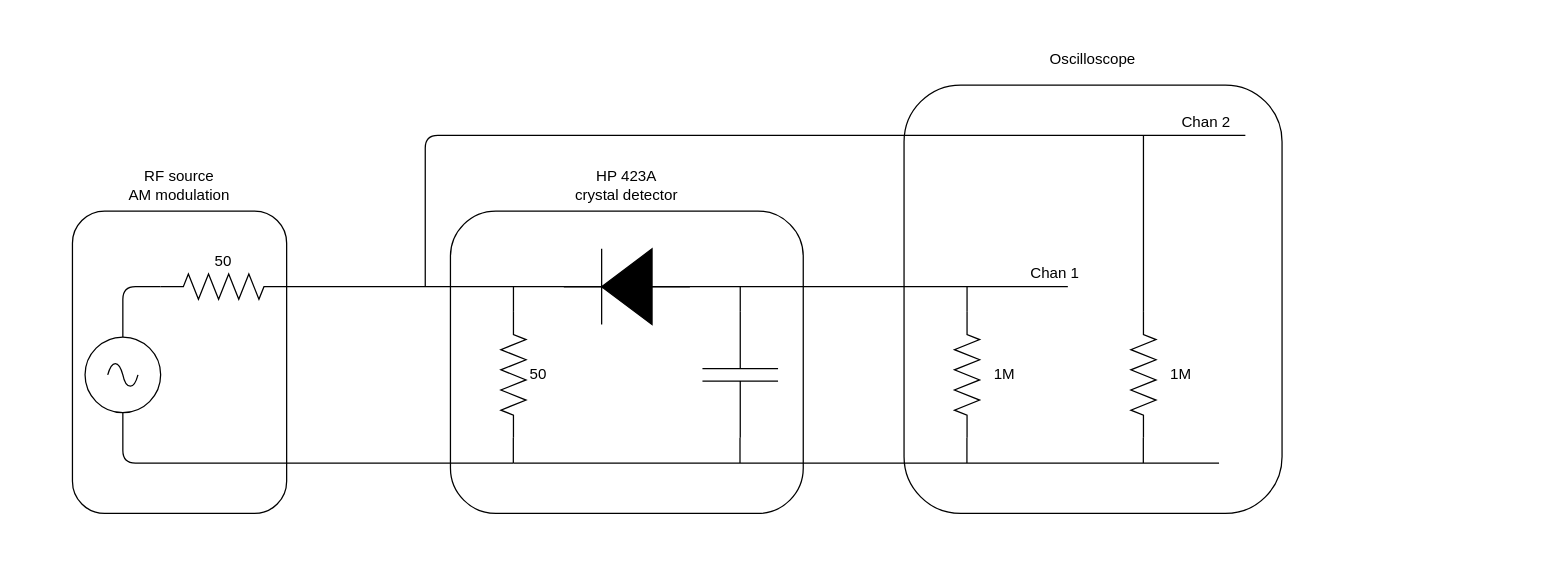
tomverbeure/tomverbeure.github.io keeps this draw.io diagram as page "measurement_setup1" (1 of 4) of assets/hp423a/hp423a.drawio. Above is the earlier version. Source tidied: cells renumbered, new cells numbered last; positions are measured from the earlier drawing's top-left corner, leaving out a move shared by most shapes. Both pictures are drawn from the tidied source at 126%, with x=0, y=0 at pixel (21, 21).
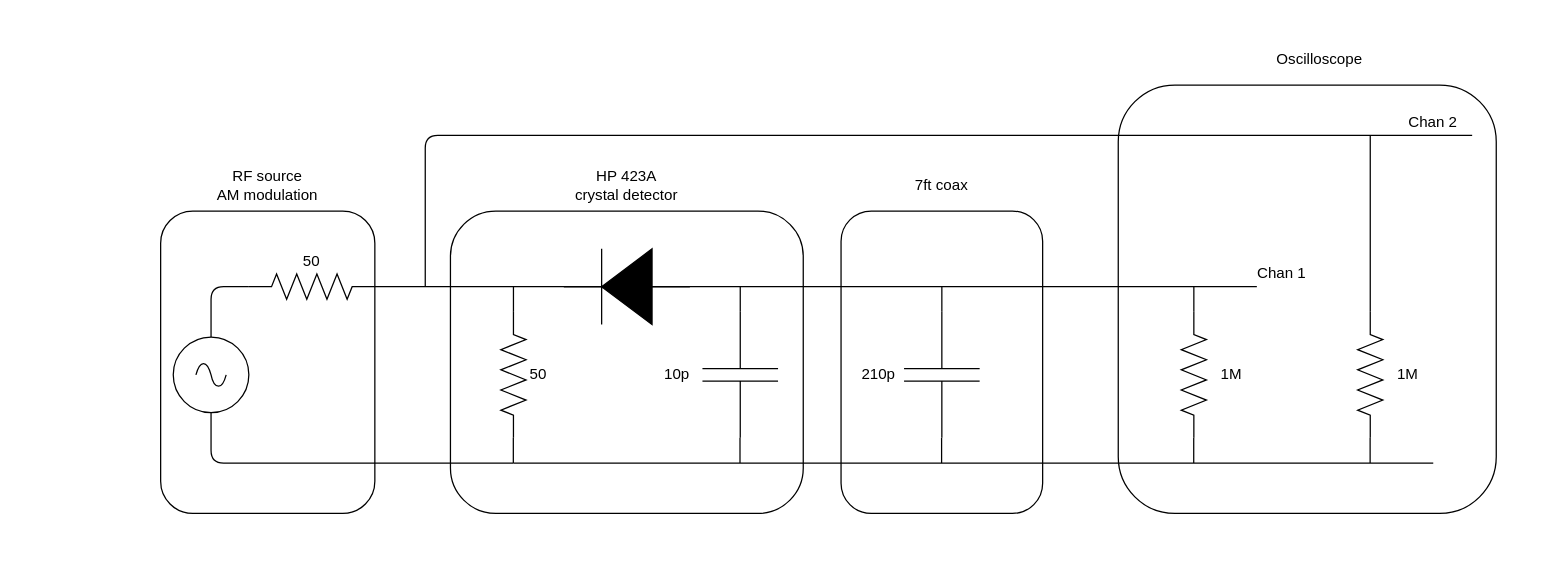
The same page after the edit.

The change refers to these unchanged cells:
```xml
<mxCell id="6" style="fillColor=strokeColor;verticalLabelPosition=bottom;shadow=0;dashed=0;align=center;html=1;verticalAlign=top;shape=mxgraph.electrical.diodes.diode;rotation=-180;" parent="1" vertex="1">
  <mxGeometry x="430" y="180" width="100" height="60" as="geometry" />
</mxCell>
```

What changed in the source:
```diff
@@
     <mxCell id="2" style="rounded=0;whiteSpace=wrap;html=1;fillColor=none;strokeColor=none;" parent="1" vertex="1">
-      <mxGeometry width="1040" height="420" as="geometry" />
+      <mxGeometry x="80" width="1120" height="420" as="geometry" />
     </mxCell>
     <mxCell id="3" style="rounded=1;whiteSpace=wrap;html=1;fillColor=none;" parent="1" vertex="1">
-      <mxGeometry x="700" y="50" width="300" height="340" as="geometry" />
+      <mxGeometry x="870" y="50" width="300" height="340" as="geometry" />
     </mxCell>
@@
     <mxCell id="5" style="rounded=1;whiteSpace=wrap;html=1;fillColor=none;" parent="1" vertex="1">
-      <mxGeometry x="40" y="150" width="170" height="240" as="geometry" />
+      <mxGeometry x="110" y="150" width="170" height="240" as="geometry" />
     </mxCell>
@@
     <mxCell id="10" style="verticalLabelPosition=bottom;shadow=0;dashed=0;align=center;html=1;verticalAlign=top;shape=mxgraph.electrical.resistors.resistor_2;rotation=-180;" parent="1" vertex="1">
-      <mxGeometry x="110" y="200" width="100" height="20" as="geometry" />
+      <mxGeometry x="180" y="200" width="100" height="20" as="geometry" />
     </mxCell>
     <mxCell id="11" style="verticalLabelPosition=bottom;shadow=0;dashed=0;align=center;html=1;verticalAlign=top;shape=mxgraph.electrical.signal_sources.source;points=[[0.5,0,0],[1,0.5,0],[0.5,1,0],[0,0.5,0]];elSignalType=ac;" parent="1" vertex="1">
-      <mxGeometry x="50" y="250" width="60" height="60" as="geometry" />
+      <mxGeometry x="120" y="250" width="60" height="60" as="geometry" />
     </mxCell>
     <mxCell id="12" value="50" style="text;html=1;strokeColor=none;fillColor=none;align=center;verticalAlign=middle;whiteSpace=wrap;rounded=0;" parent="1" vertex="1">
-      <mxGeometry x="140" y="180" width="40" height="20" as="geometry" />
+      <mxGeometry x="210" y="180" width="40" height="20" as="geometry" />
     </mxCell>
     <mxCell id="13" style="endArrow=none;html=1;entryX=1;entryY=0.5;entryDx=0;entryDy=0;entryPerimeter=0;exitX=0.5;exitY=0;exitDx=0;exitDy=0;exitPerimeter=0;" parent="1" edge="1" source="11" target="10">
       <mxGeometry relative="1" as="geometry">
         <Array as="points">
-          <mxPoint x="80" y="210" />
+          <mxPoint x="150" y="210" />
         </Array>
       </mxGeometry>
     </mxCell>
@@
-    <mxCell id="16" style="endArrow=none;html=1;exitX=1;exitY=0.5;exitDx=0;exitDy=0;exitPerimeter=0;" parent="1" edge="1" source="6">
-      <mxGeometry relative="1" as="geometry">
-        <mxPoint x="830" y="210" as="targetPoint" />
-      </mxGeometry>
+    <mxCell id="16" style="endArrow=none;html=1;exitX=1;exitY=0.5;exitDx=0;exitDy=0;exitPerimeter=0;entryX=0.25;entryY=1;entryDx=0;entryDy=0;" parent="1" edge="1" source="6" target="32">
+      <mxGeometry relative="1" as="geometry" />
     </mxCell>
@@
     <mxCell id="19" style="endArrow=none;html=1;entryX=0.5;entryY=1;entryDx=0;entryDy=0;entryPerimeter=0;" parent="1" edge="1" target="11">
       <mxGeometry relative="1" as="geometry">
         <mxPoint x="390" y="350" as="sourcePoint" />
         <Array as="points">
-          <mxPoint x="80" y="350" />
+          <mxPoint x="150" y="350" />
         </Array>
       </mxGeometry>
     </mxCell>
     <mxCell id="20" style="endArrow=none;html=1;" parent="1" edge="1">
       <mxGeometry relative="1" as="geometry">
         <mxPoint x="390" y="350" as="sourcePoint" />
-        <mxPoint x="950" y="350" as="targetPoint" />
+        <mxPoint x="1120" y="350" as="targetPoint" />
       </mxGeometry>
     </mxCell>
@@
     <mxCell id="22" value="RF source &lt;br&gt;AM modulation" style="text;html=1;strokeColor=none;fillColor=none;align=center;verticalAlign=middle;whiteSpace=wrap;rounded=0;" parent="1" vertex="1">
-      <mxGeometry x="40" y="110" width="170" height="40" as="geometry" />
+      <mxGeometry x="110" y="110" width="170" height="40" as="geometry" />
     </mxCell>
@@
     <mxCell id="24" style="verticalLabelPosition=bottom;shadow=0;dashed=0;align=center;html=1;verticalAlign=top;shape=mxgraph.electrical.resistors.resistor_2;rotation=-90;" parent="1" vertex="1">
-      <mxGeometry x="700" y="270" width="100" height="20" as="geometry" />
+      <mxGeometry x="880" y="270" width="100" height="20" as="geometry" />
     </mxCell>
     <mxCell id="25" style="endArrow=none;html=1;entryX=1;entryY=0.5;entryDx=0;entryDy=0;entryPerimeter=0;" parent="1" edge="1" target="24">
       <mxGeometry relative="1" as="geometry">
-        <mxPoint x="750" y="210" as="sourcePoint" />
+        <mxPoint x="930" y="210" as="sourcePoint" />
       </mxGeometry>
     </mxCell>
     <mxCell id="26" style="endArrow=none;html=1;entryX=1;entryY=0.5;entryDx=0;entryDy=0;entryPerimeter=0;" parent="1" edge="1">
       <mxGeometry relative="1" as="geometry">
-        <mxPoint x="749.9" y="330" as="sourcePoint" />
-        <mxPoint x="749.9" y="350" as="targetPoint" />
+        <mxPoint x="929.9" y="330" as="sourcePoint" />
+        <mxPoint x="929.9" y="350" as="targetPoint" />
       </mxGeometry>
     </mxCell>
     <mxCell id="27" value="1M" style="text;html=1;strokeColor=none;fillColor=none;align=center;verticalAlign=middle;whiteSpace=wrap;rounded=0;" parent="1" vertex="1">
-      <mxGeometry x="760" y="270" width="40" height="20" as="geometry" />
+      <mxGeometry x="940" y="270" width="40" height="20" as="geometry" />
     </mxCell>
@@
     <mxCell id="29" style="verticalLabelPosition=bottom;shadow=0;dashed=0;align=center;html=1;verticalAlign=top;shape=mxgraph.electrical.resistors.resistor_2;rotation=-90;" parent="1" vertex="1">
-      <mxGeometry x="840" y="270" width="100" height="20" as="geometry" />
+      <mxGeometry x="1020" y="270" width="100" height="20" as="geometry" />
     </mxCell>
     <mxCell id="30" value="1M" style="text;html=1;strokeColor=none;fillColor=none;align=center;verticalAlign=middle;whiteSpace=wrap;rounded=0;" parent="1" vertex="1">
-      <mxGeometry x="900" y="270" width="40" height="20" as="geometry" />
+      <mxGeometry x="1080" y="270" width="40" height="20" as="geometry" />
     </mxCell>
     <mxCell id="31" style="endArrow=none;html=1;entryX=1;entryY=0.5;entryDx=0;entryDy=0;entryPerimeter=0;" parent="1" edge="1">
       <mxGeometry relative="1" as="geometry">
-        <mxPoint x="889.9" y="330" as="sourcePoint" />
-        <mxPoint x="889.9" y="350" as="targetPoint" />
+        <mxPoint x="1069.9" y="330" as="sourcePoint" />
+        <mxPoint x="1069.9" y="350" as="targetPoint" />
       </mxGeometry>
     </mxCell>
     <mxCell id="32" value="Chan 1" style="text;html=1;strokeColor=none;fillColor=none;align=center;verticalAlign=middle;whiteSpace=wrap;rounded=0;" parent="1" vertex="1">
-      <mxGeometry x="780" y="190" width="80" height="20" as="geometry" />
+      <mxGeometry x="960" y="190" width="80" height="20" as="geometry" />
     </mxCell>
     <mxCell id="33" value="Chan 2" style="text;html=1;strokeColor=none;fillColor=none;align=center;verticalAlign=middle;whiteSpace=wrap;rounded=0;" parent="1" vertex="1">
-      <mxGeometry x="900" y="70" width="80" height="20" as="geometry" />
+      <mxGeometry x="1080" y="70" width="80" height="20" as="geometry" />
     </mxCell>
     <mxCell id="34" style="endArrow=none;html=1;" parent="1" edge="1">
       <mxGeometry relative="1" as="geometry">
-        <mxPoint x="890" y="90" as="sourcePoint" />
-        <mxPoint x="890" y="230" as="targetPoint" />
+        <mxPoint x="1070" y="90" as="sourcePoint" />
+        <mxPoint x="1070" y="230" as="targetPoint" />
       </mxGeometry>
     </mxCell>
     <mxCell id="35" value="Oscilloscope" style="text;html=1;strokeColor=none;fillColor=none;align=center;verticalAlign=middle;whiteSpace=wrap;rounded=0;" parent="1" vertex="1">
-      <mxGeometry x="765" y="10" width="170" height="40" as="geometry" />
+      <mxGeometry x="945" y="10" width="170" height="40" as="geometry" />
     </mxCell>
+    <mxCell id="36" value="10p" style="text;html=1;strokeColor=none;fillColor=none;align=center;verticalAlign=middle;whiteSpace=wrap;rounded=0;" parent="1" vertex="1">
+      <mxGeometry x="500" y="270" width="40" height="20" as="geometry" />
+    </mxCell>
+    <mxCell id="37" style="verticalLabelPosition=bottom;shadow=0;dashed=0;align=center;html=1;verticalAlign=top;shape=mxgraph.electrical.capacitors.capacitor_1;rotation=-90;" parent="1" vertex="1">
+      <mxGeometry x="680" y="250" width="100" height="60" as="geometry" />
+    </mxCell>
+    <mxCell id="38" value="210p" style="text;html=1;strokeColor=none;fillColor=none;align=center;verticalAlign=middle;whiteSpace=wrap;rounded=0;" parent="1" vertex="1">
+      <mxGeometry x="660" y="270" width="40" height="20" as="geometry" />
+    </mxCell>
+    <mxCell id="39" style="rounded=1;whiteSpace=wrap;html=1;fillColor=none;" parent="1" vertex="1">
+      <mxGeometry x="650" y="150" width="160" height="240" as="geometry" />
+    </mxCell>
+    <mxCell id="40" value="7ft coax" style="text;html=1;strokeColor=none;fillColor=none;align=center;verticalAlign=middle;whiteSpace=wrap;rounded=0;" parent="1" vertex="1">
+      <mxGeometry x="650" y="110" width="160" height="40" as="geometry" />
+    </mxCell>
+    <mxCell id="41" style="endArrow=none;html=1;entryX=1;entryY=0.5;entryDx=0;entryDy=0;entryPerimeter=0;" parent="1" edge="1">
+      <mxGeometry relative="1" as="geometry">
+        <mxPoint x="730" y="210" as="sourcePoint" />
+        <mxPoint x="730" y="230" as="targetPoint" />
+      </mxGeometry>
+    </mxCell>
+    <mxCell id="42" style="endArrow=none;html=1;entryX=1;entryY=0.5;entryDx=0;entryDy=0;entryPerimeter=0;" parent="1" edge="1">
+      <mxGeometry relative="1" as="geometry">
+        <mxPoint x="729.8" y="330" as="sourcePoint" />
+        <mxPoint x="729.8" y="350" as="targetPoint" />
+      </mxGeometry>
+    </mxCell>
```
